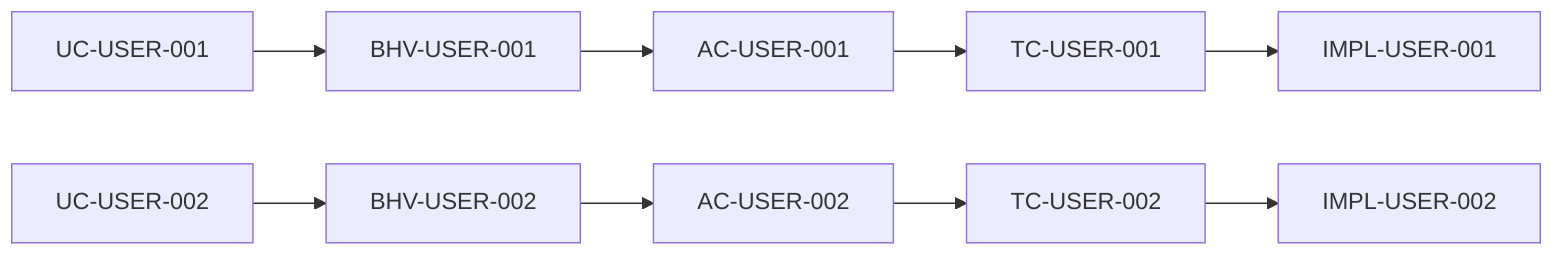
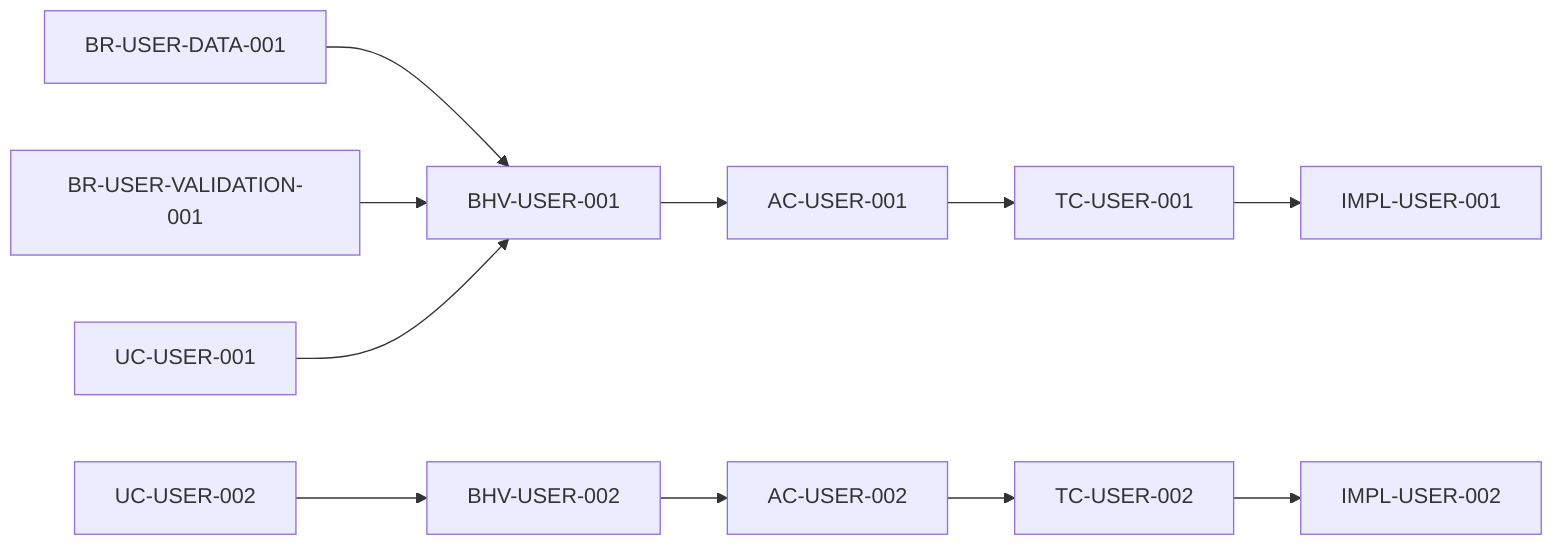
graph LR
+   BR-USER-DATA-001 --> BHV-USER-001
+   BR-USER-VALIDATION-001 --> BHV-USER-001
  UC-USER-001 --> BHV-USER-001
  BHV-USER-001 --> AC-USER-001
  AC-USER-001 --> TC-USER-001
  TC-USER-001 --> IMPL-USER-001
  UC-USER-002 --> BHV-USER-002
  BHV-USER-002 --> AC-USER-002
  AC-USER-002 --> TC-USER-002
  TC-USER-002 --> IMPL-USER-002